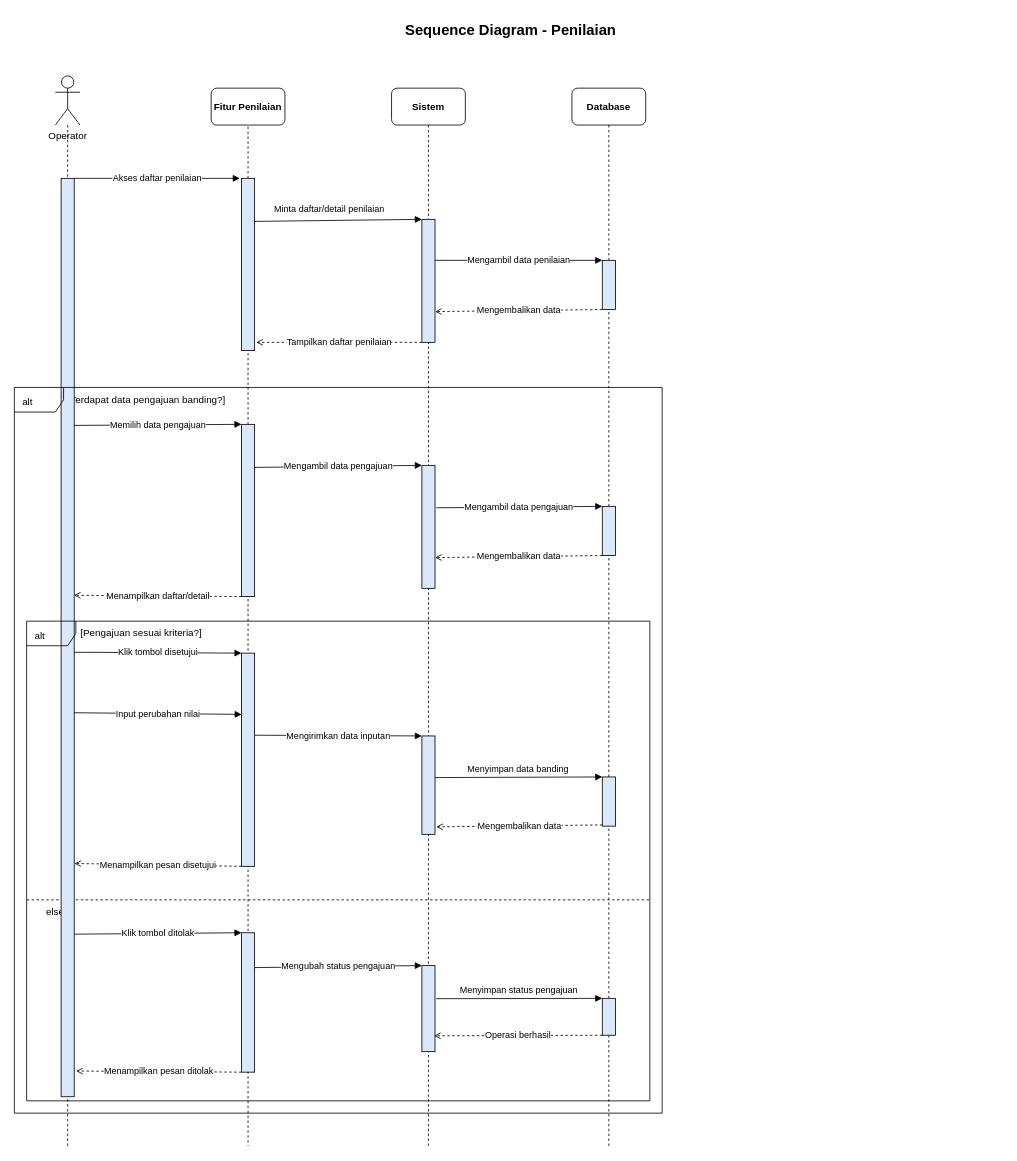
The draw.io diagram page "input_penilaian" (5 of 21) of diagram/sequence_diagram/sequence_rad_revised_petugas_updated.drawio in gdamar/laporan-ekinerja, before the edit. Source tidied: cells renumbered, new cells numbered last; positions are measured from the earlier drawing's top-left corner, leaving out a move shared by most shapes. Both pictures are drawn from the tidied source at 82%, with x=0, y=0 at pixel (14, 14).
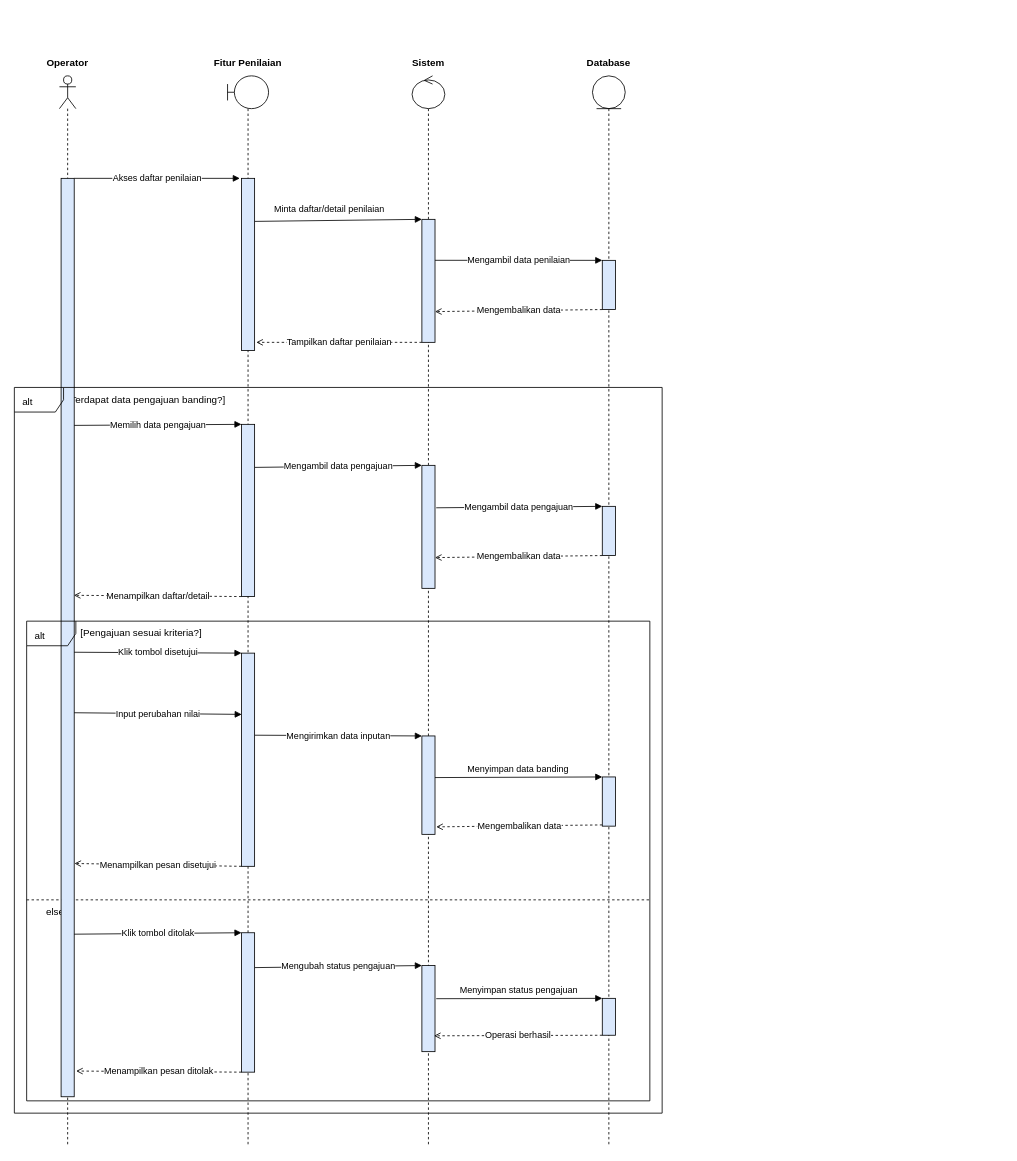
The same diagram, later.

Commit message (it also covers changes not shown here):
clean up sequence diagram

What changed in the source:
```diff
@@
-    <mxCell id="2" value="Sequence Diagram - Penilaian" style="text;html=1;strokeColor=none;fillColor=none;fontColor=#000000;fontSize=18;fontStyle=1;align=center;verticalAlign=middle;" parent="1" vertex="1">
-      <mxGeometry x="5" width="1200" height="40" as="geometry" />
-    </mxCell>
-    <mxCell id="3" value="Operator" style="shape=umlActor;verticalLabelPosition=bottom;verticalAlign=top;html=1;labelPerimeter=1;" parent="1" vertex="1">
-      <mxGeometry x="50" y="75" width="30" height="60" as="geometry" />
+    <mxCell id="3" style="shape=umlLifeline;perimeter=lifelinePerimeter;whiteSpace=wrap;html=1;newEdgeStyle={&quot;edgeStyle&quot;:&quot;sequenceEdgeStyle&quot;,&quot;libavoidRouting&quot;:0,&quot;curved&quot;:0,&quot;rounded&quot;:0};participant=umlActor;" parent="1" vertex="1">
+      <mxGeometry x="55" y="75" width="20" height="1305" as="geometry" />
     </mxCell>
-    <mxCell id="4" style="edgeStyle=none;html=1;dashed=1;strokeColor=#000000;endArrow=none;" parent="1" edge="1">
-      <mxGeometry relative="1" as="geometry">
-        <mxPoint x="65" y="135" as="sourcePoint" />
-        <mxPoint x="65" y="1380" as="targetPoint" />
-      </mxGeometry>
-    </mxCell>
+    <mxCell id="51" value="Operator" style="text;html=1;whiteSpace=wrap;strokeColor=none;fillColor=none;align=center;verticalAlign=middle;rounded=0;fontStyle=1;" parent="1" vertex="1">
+      <mxGeometry x="35" y="45" width="60" height="30" as="geometry" />
+    </mxCell>
-    <mxCell id="5" value="Fitur Penilaian" style="rounded=1;whiteSpace=wrap;html=1;fillColor=none;strokeColor=#000000;fontColor=#000000;fontStyle=1;" parent="1" vertex="1">
-      <mxGeometry x="240" y="90" width="90" height="45" as="geometry" />
+    <mxCell id="5" style="shape=umlLifeline;perimeter=lifelinePerimeter;whiteSpace=wrap;html=1;newEdgeStyle={&quot;edgeStyle&quot;:&quot;sequenceEdgeStyle&quot;,&quot;libavoidRouting&quot;:0,&quot;curved&quot;:0,&quot;rounded&quot;:0};participant=umlBoundary;" parent="1" vertex="1">
+      <mxGeometry x="260" y="75" width="50" height="1305" as="geometry" />
     </mxCell>
-    <mxCell id="6" style="edgeStyle=none;html=1;dashed=1;strokeColor=#000000;endArrow=none;" parent="1" edge="1">
-      <mxGeometry relative="1" as="geometry">
-        <mxPoint x="285" y="137" as="sourcePoint" />
-        <mxPoint x="285" y="1380" as="targetPoint" />
-      </mxGeometry>
-    </mxCell>
+    <mxCell id="52" value="Fitur Penilaian" style="text;html=1;whiteSpace=wrap;strokeColor=none;fillColor=none;align=center;verticalAlign=middle;rounded=0;fontStyle=1;" parent="1" vertex="1">
+      <mxGeometry x="220" y="45" width="130" height="30" as="geometry" />
+    </mxCell>
-    <mxCell id="7" value="Sistem" style="rounded=1;whiteSpace=wrap;html=1;fillColor=none;strokeColor=#000000;fontColor=#000000;fontStyle=1;" parent="1" vertex="1">
-      <mxGeometry x="460" y="90" width="90" height="45" as="geometry" />
+    <mxCell id="7" style="shape=umlLifeline;perimeter=lifelinePerimeter;whiteSpace=wrap;html=1;newEdgeStyle={&quot;edgeStyle&quot;:&quot;sequenceEdgeStyle&quot;,&quot;libavoidRouting&quot;:0,&quot;curved&quot;:0,&quot;rounded&quot;:0};participant=umlControl;" parent="1" vertex="1">
+      <mxGeometry x="485" y="75" width="40" height="1305" as="geometry" />
     </mxCell>
-    <mxCell id="8" style="edgeStyle=none;html=1;dashed=1;strokeColor=#000000;endArrow=none;" parent="1" edge="1">
-      <mxGeometry relative="1" as="geometry">
-        <mxPoint x="505" y="135" as="sourcePoint" />
-        <mxPoint x="505" y="1380" as="targetPoint" />
-      </mxGeometry>
-    </mxCell>
+    <mxCell id="53" value="Sistem" style="text;html=1;whiteSpace=wrap;strokeColor=none;fillColor=none;align=center;verticalAlign=middle;rounded=0;fontStyle=1;" parent="1" vertex="1">
+      <mxGeometry x="475" y="45" width="60" height="30" as="geometry" />
+    </mxCell>
-    <mxCell id="9" value="Database" style="rounded=1;whiteSpace=wrap;html=1;fillColor=none;strokeColor=#000000;fontColor=#000000;fontStyle=1;" parent="1" vertex="1">
-      <mxGeometry x="680" y="90" width="90" height="45" as="geometry" />
+    <mxCell id="9" style="shape=umlLifeline;perimeter=lifelinePerimeter;whiteSpace=wrap;html=1;newEdgeStyle={&quot;edgeStyle&quot;:&quot;sequenceEdgeStyle&quot;,&quot;libavoidRouting&quot;:0,&quot;curved&quot;:0,&quot;rounded&quot;:0};participant=umlEntity;" parent="1" vertex="1">
+      <mxGeometry x="705" y="75" width="40" height="1305" as="geometry" />
     </mxCell>
-    <mxCell id="10" style="edgeStyle=none;html=1;dashed=1;strokeColor=#000000;endArrow=none;" parent="1" edge="1">
-      <mxGeometry relative="1" as="geometry">
-        <mxPoint x="725" y="135" as="sourcePoint" />
-        <mxPoint x="725" y="1380" as="targetPoint" />
-      </mxGeometry>
-    </mxCell>
+    <mxCell id="54" value="Database" style="text;html=1;whiteSpace=wrap;strokeColor=none;fillColor=none;align=center;verticalAlign=middle;rounded=0;fontStyle=1;" parent="1" vertex="1">
+      <mxGeometry x="695" y="45" width="60" height="30" as="geometry" />
+    </mxCell>
```
